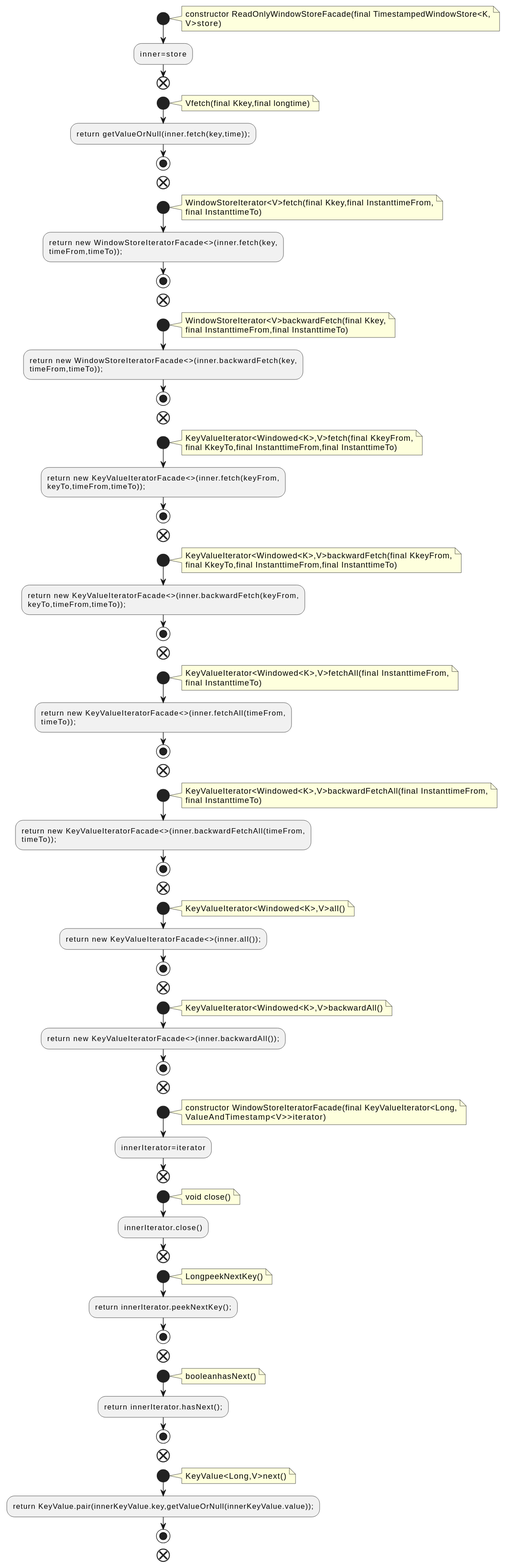
Above: docs/qc/streams/src/main/java/org/apache/kafka/streams/state/internals/ReadOnlyWindowStoreFacade.java.fct.svg in qualitesys/kafka (PlantUML), before the change.
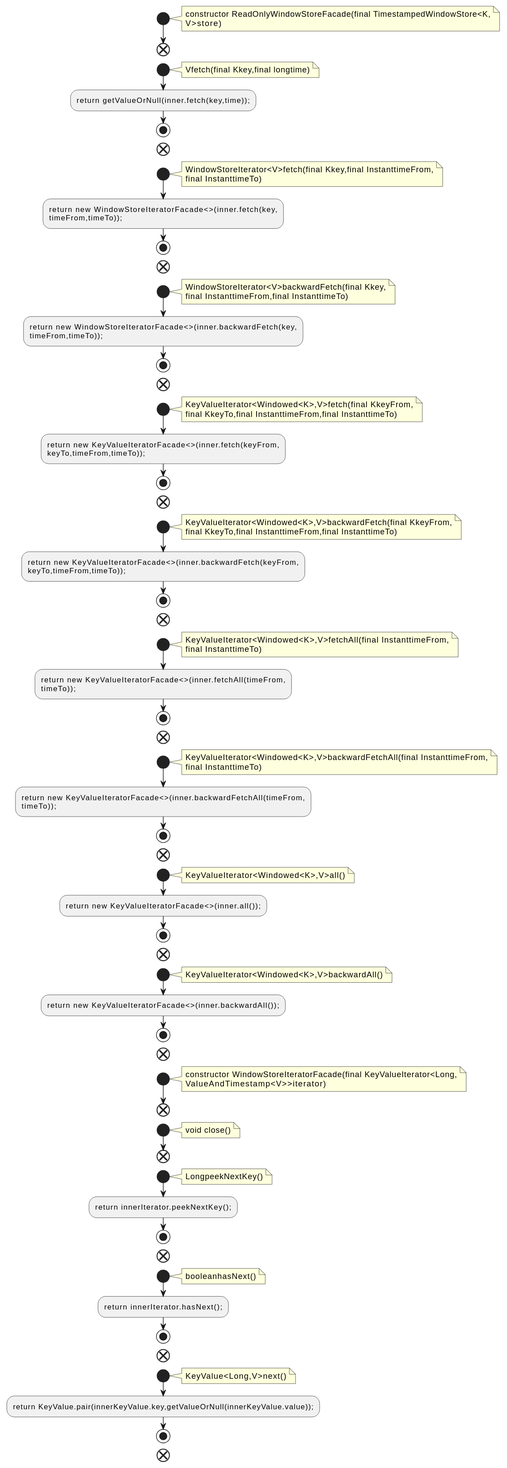
Later version of the same file.

The edit, as a diff of the source:
```diff
@@ -5,7 +5,6 @@
 constructor ReadOnlyWindowStoreFacade(final TimestampedWindowStore<K,
 V>store)
 end note
-:inner=store;
 end
 start
 note right
@@ -87,13 +86,11 @@
 constructor WindowStoreIteratorFacade(final KeyValueIterator<Long,
 ValueAndTimestamp<V>>iterator)
 end note
-:innerIterator=iterator;
 end
 start
 note right
 void close()
 end note
-:innerIterator.close();
 end
 start
 note right
```
